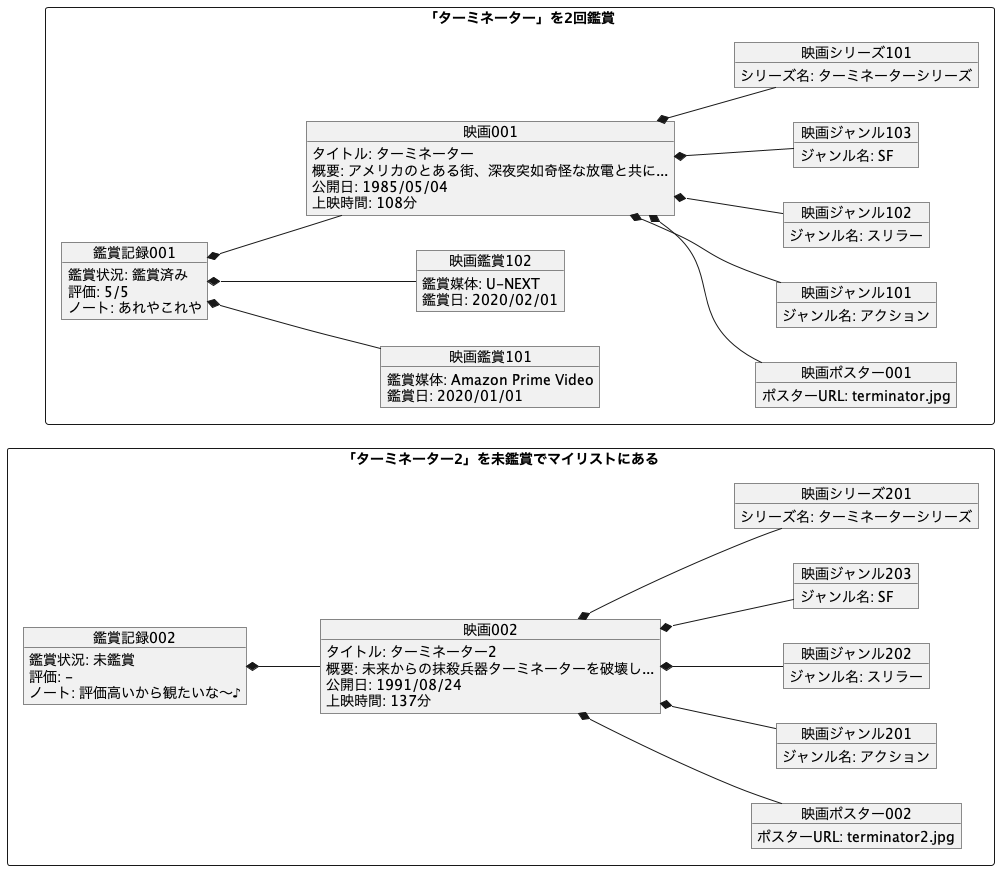
The PlantUML diagram api/docs/object/fig_object.png in takeYY/filmography, before a commit.
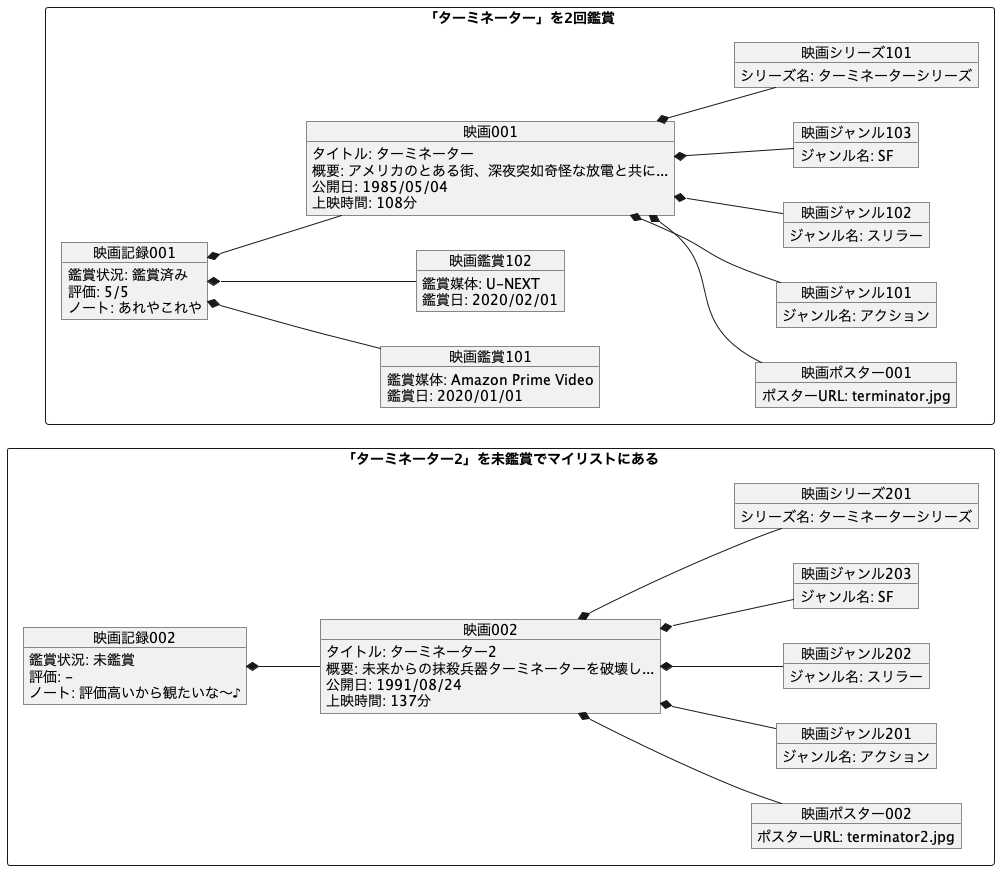
After the change.

Commit message:
📈 鑑賞記録->映画記録に修正

Change to the diagram source:
```diff
@@ -10,7 +10,7 @@
     上映時間: 137分
   }
 
-  object 鑑賞記録002 {
+  object 映画記録002 {
     鑑賞状況: 未鑑賞
     評価: -
     ノート: 評価高いから観たいな〜♪
@@ -36,7 +36,7 @@
     シリーズ名: ターミネーターシリーズ
   }
 
-  鑑賞記録002 *-- 映画002
+  映画記録002 *-- 映画002
 
   映画002 *-- 映画ポスター002
   映画002 *-- 映画ジャンル201
@@ -68,7 +68,7 @@
     上映時間: 108分
   }
 
-  object 鑑賞記録001 {
+  object 映画記録001 {
     鑑賞状況: 鑑賞済み
     評価: 5/5
     ノート: あれやこれや
@@ -94,9 +94,9 @@
     シリーズ名: ターミネーターシリーズ
   }
 
-  鑑賞記録001 *-- 映画鑑賞101
-  鑑賞記録001 *-- 映画鑑賞102
-  鑑賞記録001 *-- 映画001
+  映画記録001 *-- 映画鑑賞101
+  映画記録001 *-- 映画鑑賞102
+  映画記録001 *-- 映画001
 
   映画001 *-- 映画ポスター001
   映画001 *-- 映画ジャンル101
```
